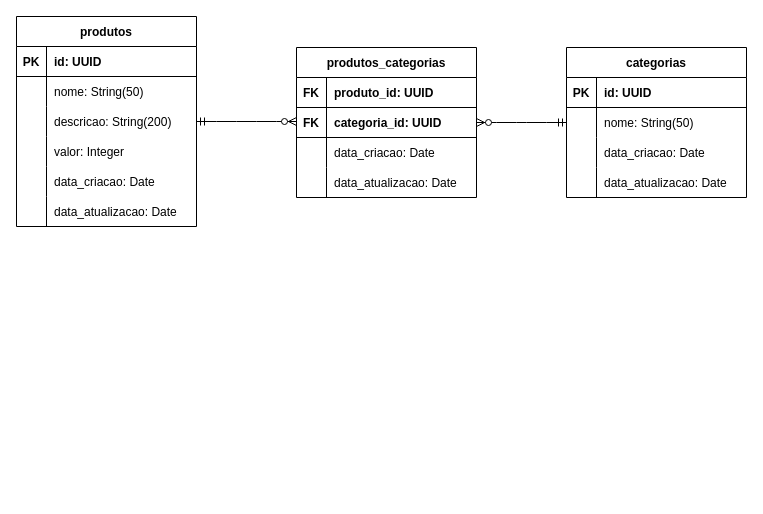
Earlier version of the draw.io diagram page "Modelo Lógico" (2 of 2) of requirements/ecommerce-database.drawio (Fernanda071/ecommerce-node-api). Source tidied: cells renumbered, new cells numbered last; positions are measured from the earlier drawing's top-left corner, leaving out a move shared by most shapes. Both pictures are drawn from the tidied source at 100%, with x=0, y=0 at pixel (16, 16).
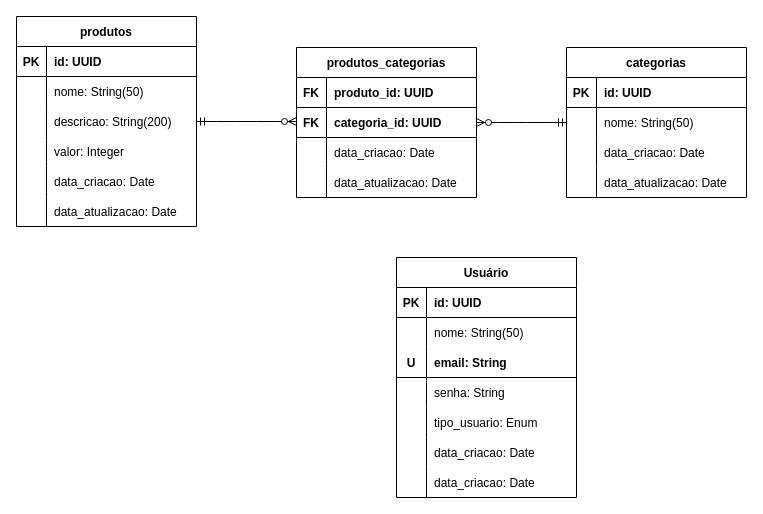
After the change.

Change to the diagram source:
```diff
@@
+    <mxCell id="49" value="Usuário" style="shape=table;startSize=30;childLayout=tableLayout;rowLines=0;fontStyle=1;align=center;" parent="1" vertex="1">
+      <mxGeometry x="380" y="241" width="180" height="240" as="geometry" />
+    </mxCell>
+    <mxCell id="50" style="shape=tableRow;horizontal=0;startSize=0;swimlaneHead=0;swimlaneBody=0;fillColor=none;top=0;left=0;right=0;bottom=1;" parent="49" vertex="1">
+      <mxGeometry y="30" width="180" height="30" as="geometry" />
+    </mxCell>
+    <mxCell id="51" value="PK" style="shape=partialRectangle;fillColor=none;top=0;left=0;bottom=0;right=0;fontStyle=1;overflow=hidden;" parent="50" vertex="1">
+      <mxGeometry width="30" height="30" as="geometry" />
+    </mxCell>
+    <mxCell id="52" value="id: UUID" style="shape=partialRectangle;fillColor=none;top=0;left=0;bottom=0;right=0;align=left;spacingLeft=6;fontStyle=1;overflow=hidden;" parent="50" vertex="1">
+      <mxGeometry x="30" width="150" height="30" as="geometry" />
+    </mxCell>
+    <mxCell id="53" style="shape=tableRow;horizontal=0;startSize=0;swimlaneHead=0;swimlaneBody=0;fillColor=none;top=0;left=0;right=0;bottom=0;" parent="49" vertex="1">
+      <mxGeometry y="60" width="180" height="30" as="geometry" />
+    </mxCell>
+    <mxCell id="54" style="shape=partialRectangle;fillColor=none;top=0;left=0;bottom=0;right=0;overflow=hidden;" parent="53" vertex="1">
+      <mxGeometry width="30" height="30" as="geometry" />
+    </mxCell>
+    <mxCell id="55" value="nome: String(50)" style="shape=partialRectangle;fillColor=none;top=0;left=0;bottom=0;right=0;align=left;spacingLeft=6;overflow=hidden;" parent="53" vertex="1">
+      <mxGeometry x="30" width="150" height="30" as="geometry" />
+    </mxCell>
+    <mxCell id="56" style="shape=tableRow;horizontal=0;startSize=0;swimlaneHead=0;swimlaneBody=0;fillColor=none;top=0;left=0;right=0;bottom=1;" parent="49" vertex="1">
+      <mxGeometry y="90" width="180" height="30" as="geometry" />
+    </mxCell>
+    <mxCell id="57" value="U" style="shape=partialRectangle;fillColor=none;top=0;left=0;bottom=0;right=0;fontStyle=1;overflow=hidden;" parent="56" vertex="1">
+      <mxGeometry width="30" height="30" as="geometry" />
+    </mxCell>
+    <mxCell id="58" value="email: String" style="shape=partialRectangle;fillColor=none;top=0;left=0;bottom=0;right=0;align=left;spacingLeft=6;fontStyle=1;overflow=hidden;" parent="56" vertex="1">
+      <mxGeometry x="30" width="150" height="30" as="geometry" />
+    </mxCell>
+    <mxCell id="59" style="shape=tableRow;horizontal=0;startSize=0;swimlaneHead=0;swimlaneBody=0;fillColor=none;top=0;left=0;right=0;bottom=0;" parent="49" vertex="1">
+      <mxGeometry y="120" width="180" height="30" as="geometry" />
+    </mxCell>
+    <mxCell id="60" style="shape=partialRectangle;fillColor=none;top=0;left=0;bottom=0;right=0;overflow=hidden;" parent="59" vertex="1">
+      <mxGeometry width="30" height="30" as="geometry" />
+    </mxCell>
+    <mxCell id="61" value="senha: String" style="shape=partialRectangle;fillColor=none;top=0;left=0;bottom=0;right=0;align=left;spacingLeft=6;overflow=hidden;" parent="59" vertex="1">
+      <mxGeometry x="30" width="150" height="30" as="geometry" />
+    </mxCell>
+    <mxCell id="62" style="shape=tableRow;horizontal=0;startSize=0;swimlaneHead=0;swimlaneBody=0;fillColor=none;top=0;left=0;right=0;bottom=0;" parent="49" vertex="1">
+      <mxGeometry y="150" width="180" height="30" as="geometry" />
+    </mxCell>
+    <mxCell id="63" style="shape=partialRectangle;fillColor=none;top=0;left=0;bottom=0;right=0;overflow=hidden;" parent="62" vertex="1">
+      <mxGeometry width="30" height="30" as="geometry" />
+    </mxCell>
+    <mxCell id="64" value="tipo_usuario: Enum" style="shape=partialRectangle;fillColor=none;top=0;left=0;bottom=0;right=0;align=left;spacingLeft=6;overflow=hidden;" parent="62" vertex="1">
+      <mxGeometry x="30" width="150" height="30" as="geometry" />
+    </mxCell>
+    <mxCell id="65" style="shape=tableRow;horizontal=0;startSize=0;swimlaneHead=0;swimlaneBody=0;fillColor=none;top=0;left=0;right=0;bottom=0;" parent="49" vertex="1">
+      <mxGeometry y="180" width="180" height="30" as="geometry" />
+    </mxCell>
+    <mxCell id="66" style="shape=partialRectangle;fillColor=none;top=0;left=0;bottom=0;right=0;overflow=hidden;" parent="65" vertex="1">
+      <mxGeometry width="30" height="30" as="geometry" />
+    </mxCell>
+    <mxCell id="67" value="data_criacao: Date" style="shape=partialRectangle;fillColor=none;top=0;left=0;bottom=0;right=0;align=left;spacingLeft=6;overflow=hidden;" parent="65" vertex="1">
+      <mxGeometry x="30" width="150" height="30" as="geometry" />
+    </mxCell>
+    <mxCell id="68" style="shape=tableRow;horizontal=0;startSize=0;swimlaneHead=0;swimlaneBody=0;fillColor=none;top=0;left=0;right=0;bottom=0;" parent="49" vertex="1">
+      <mxGeometry y="210" width="180" height="30" as="geometry" />
+    </mxCell>
+    <mxCell id="69" style="shape=partialRectangle;fillColor=none;top=0;left=0;bottom=0;right=0;overflow=hidden;" parent="68" vertex="1">
+      <mxGeometry width="30" height="30" as="geometry" />
+    </mxCell>
+    <mxCell id="70" value="data_criacao: Date" style="shape=partialRectangle;fillColor=none;top=0;left=0;bottom=0;right=0;align=left;spacingLeft=6;overflow=hidden;" parent="68" vertex="1">
+      <mxGeometry x="30" width="150" height="30" as="geometry" />
+    </mxCell>
```
